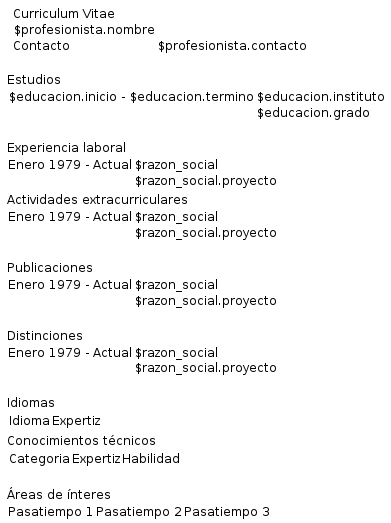
emirhg/curriculum-vitae keeps this PlantUML diagram as arc/images/landing.png. Above is the earlier version. Source of this version:
```plantuml
@startsalt
  {
    {
      .|Curriculum Vitae|.
      .| $profesionista.nombre | .
      .|Contacto | $profesionista.contacto
    }
    .
    {
      Estudios|.
      {
        $educacion.inicio - $educacion.termino | $educacion.instituto
        .|$educacion.grado
      }

    }
    .
    {
      Experiencia laboral | .
      {
        Enero 1979 - Actual | $razon_social
        .|  $razon_social.proyecto
      }
    }
    {
      Actividades extracurriculares | .
      {
        Enero 1979 - Actual | $razon_social
        .|  $razon_social.proyecto
      }
    }
    .
    {
      Publicaciones | .
      {
        Enero 1979 - Actual | $razon_social
        .|  $razon_social.proyecto
      }
    }
    .
    {
      Distinciones | .
      {
        Enero 1979 - Actual | $razon_social
        .|  $razon_social.proyecto
      }
    }
    .
    {
      Idiomas | .
      {
        {Idioma | Expertiz }
      }
    }
    {
      Conocimientos técnicos | .
      {
        {Categoria | Expertiz | Habilidad}
      }
    }
    .
    {
      Áreas de ínteres
      { Pasatiempo 1 | Pasatiempo 2 | Pasatiempo 3}
    }
  }
@endsalt
```
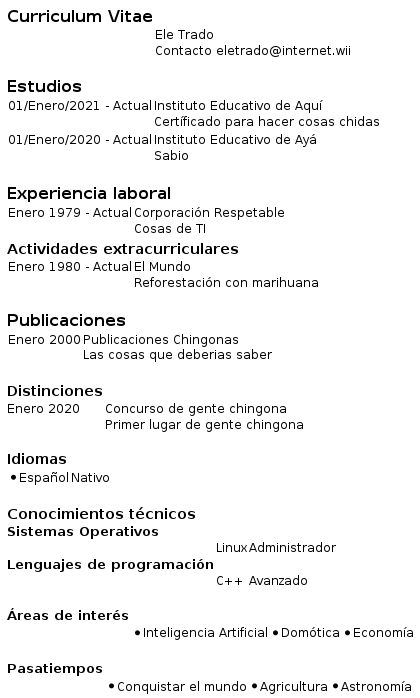
The same file after the commit.

Commit message:
new: dev: Diagramas de la arquietctura del sistema

The edit, as a diff of the source:
```diff
@@ -1,67 +1,73 @@
 @startsalt
   {
     {
-      .|Curriculum Vitae|.
-      .| $profesionista.nombre | .
-      .|Contacto | $profesionista.contacto
+      =Curriculum Vitae
+      .| Ele Trado | .
+      .|Contacto | eletrado@internet.wii
     }
     .
     {
-      Estudios|.
+      =Estudios|.
       {
-        $educacion.inicio - $educacion.termino | $educacion.instituto
-        .|$educacion.grado
+        01/Enero/2021 - Actual | Instituto Educativo de Aquí
+        .| Certíficado para hacer cosas chidas
       }
-
-    }
-    .
-    {
-      Experiencia laboral | .
       {
-        Enero 1979 - Actual | $razon_social
-        .|  $razon_social.proyecto
-      }
-    }
-    {
-      Actividades extracurriculares | .
-      {
-        Enero 1979 - Actual | $razon_social
-        .|  $razon_social.proyecto
+        01/Enero/2020 - Actual | Instituto Educativo de Ayá
+        .| Sabio
       }
     }
     .
     {
-      Publicaciones | .
+      =Experiencia laboral | .
       {
-        Enero 1979 - Actual | $razon_social
-        .|  $razon_social.proyecto
+        Enero 1979 - Actual | Corporación Respetable
+        .|  Cosas de TI
+      }
+    }
+    {
+      ==Actividades extracurriculares | .
+      {
+        Enero 1980 - Actual | El Mundo
+        .|  Reforestación con marihuana
       }
     }
     .
     {
-      Distinciones | .
+      =Publicaciones | .
       {
-        Enero 1979 - Actual | $razon_social
-        .|  $razon_social.proyecto
+        Enero 2000 | Publicaciones Chingonas
+        .|  Las cosas que deberias saber
       }
     }
     .
     {
-      Idiomas | .
-      {
-        {Idioma | Expertiz }
-      }
-    }
-    {
-      Conocimientos técnicos | .
-      {
-        {Categoria | Expertiz | Habilidad}
-      }
+      ==Distinciones
+      Enero 2020 | Concurso de gente chingona
+      .|  Primer lugar de gente chingona
     }
     .
     {
-      Áreas de ínteres
-      { Pasatiempo 1 | Pasatiempo 2 | Pasatiempo 3}
+      ==Idiomas
+      { * Español | Nativo }
+    }
+    .
+    {
+      ==Conocimientos técnicos
+      ===Sistemas Operativos
+      .| Linux | Administrador
+      ===Lenguajes de programación
+      .| C++ | Avanzado
+    }
+    .
+    {
+      ===Áreas de interés
+      .|{ * Inteligencia Artificial | * Domótica | * Economía }
+    }
+    .
+    {
+      ===Pasatiempos
+      .|{ * Conquistar el mundo | * Agricultura | * Astronomía }
     }
   }
 @endsalt
```
